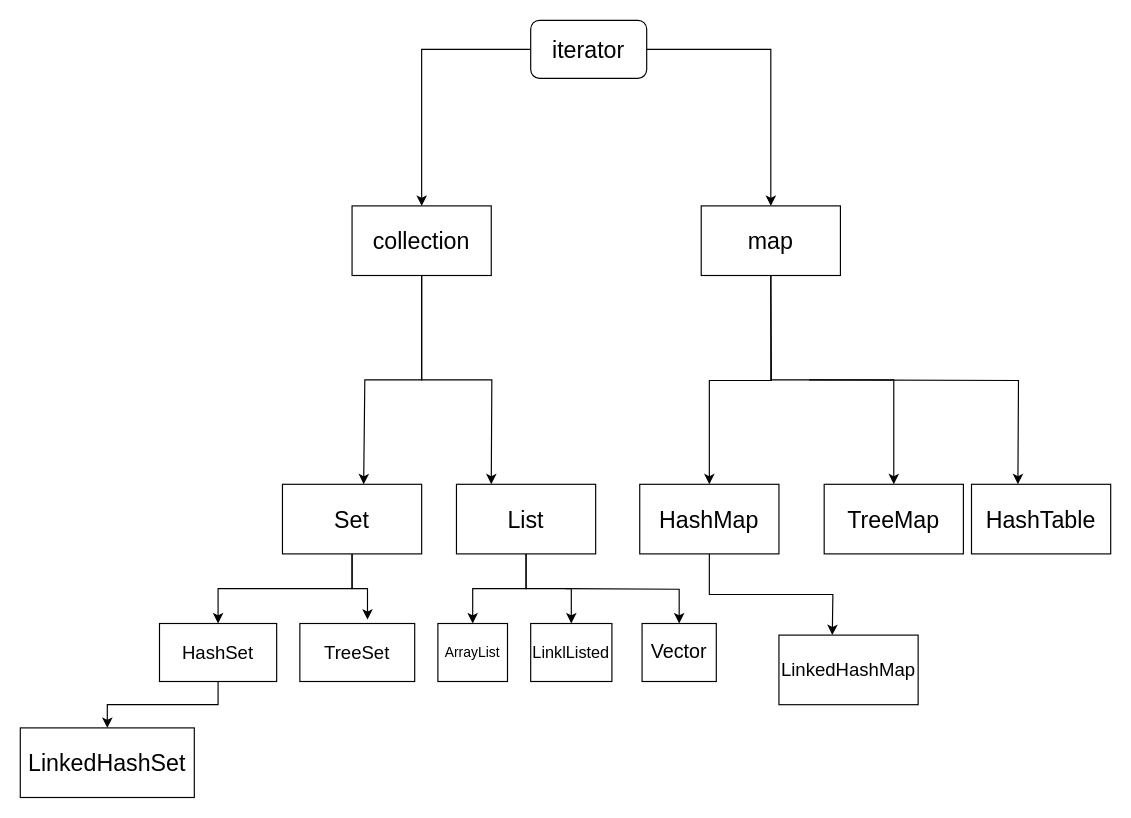
The draw.io diagram 未命名绘图.drawio in cflwan/Store-flowchart, before the edit. Source tidied: cells renumbered, new cells numbered last; positions are measured from the earlier drawing's top-left corner, leaving out a move shared by most shapes. Both pictures are drawn from the tidied source at 116%, with x=0, y=0 at pixel (20, 20).
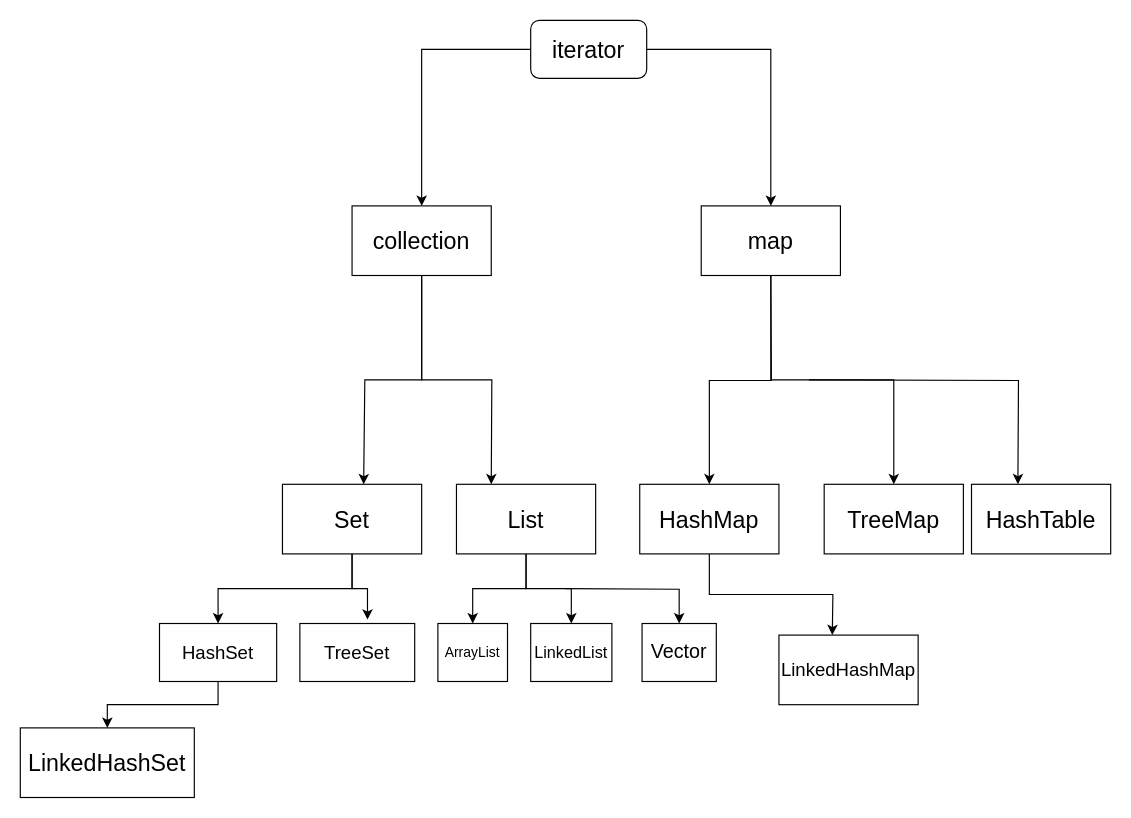
Above is the later version.

The edit, as a diff of the source:
```diff
@@
-    <mxCell id="25" value="&lt;font style=&quot;font-size: 14px;&quot;&gt;LinklListed&lt;/font&gt;" style="rounded=0;whiteSpace=wrap;html=1;" parent="1" vertex="1">
+    <mxCell id="25" value="&lt;span style=&quot;font-size: 14px;&quot;&gt;LinkedList&lt;/span&gt;" style="rounded=0;whiteSpace=wrap;html=1;" parent="1" vertex="1">
       <mxGeometry x="440" y="520" width="70" height="50" as="geometry" />
     </mxCell>
```
